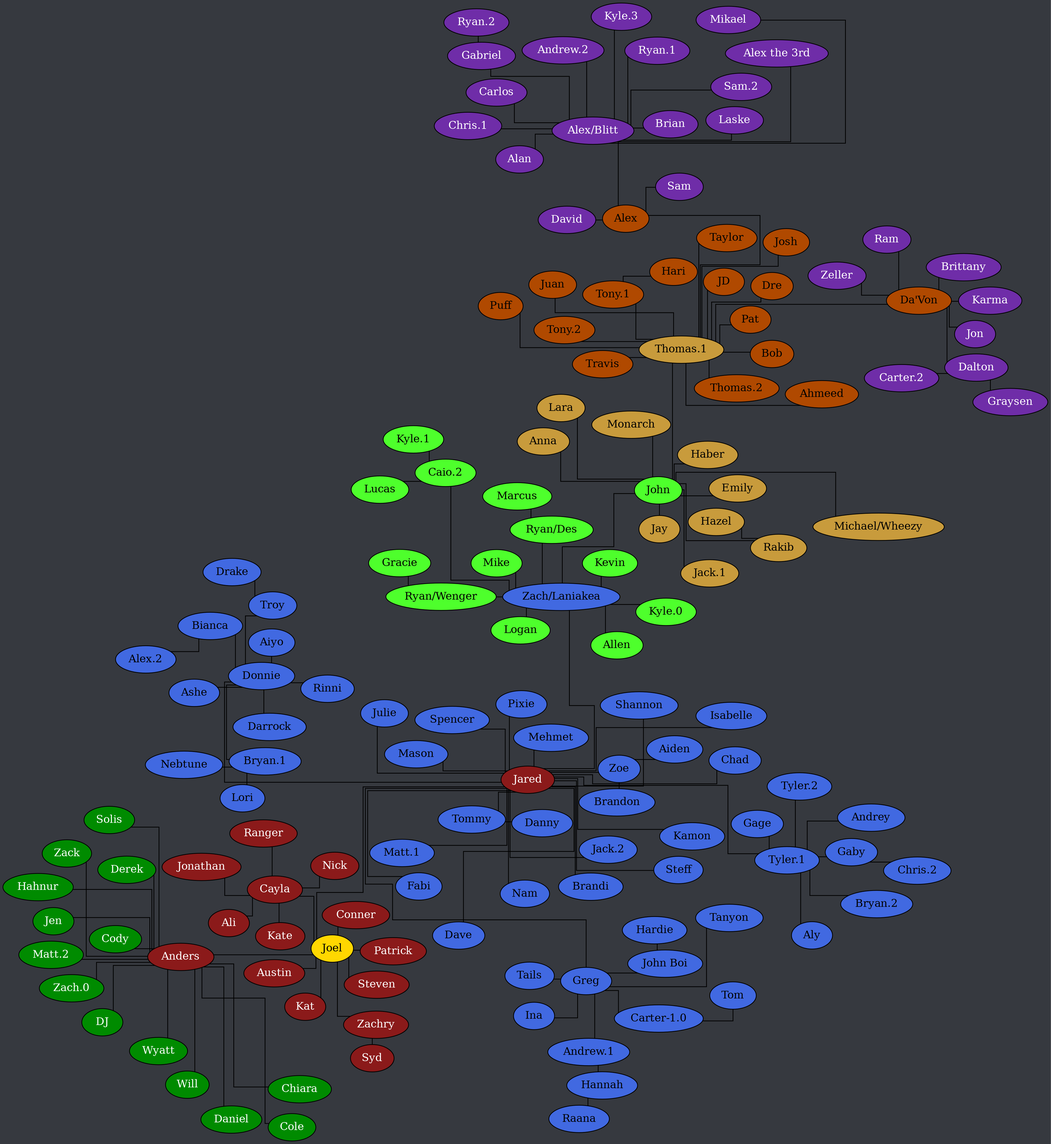
Documidas/CoronaCatzFamilyTree keeps this Graphviz diagram as tree.png. Above is the earlier version. Its source is kept beside it as tree.dot.
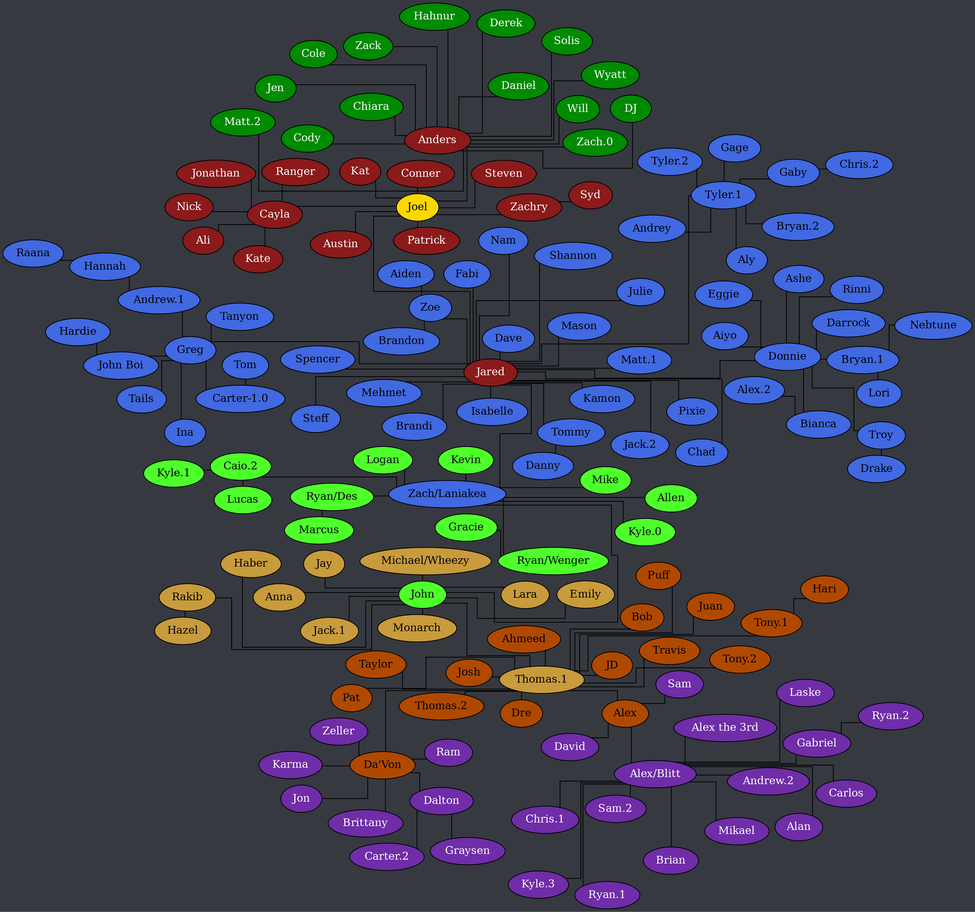
The same file after the commit.

Change to the diagram source:
```diff
@@ -64,6 +64,7 @@
 		Donnie -- Bianca;
 		Donnie -- "Bryan.1";
 		Donnie -- Darrock;
+		Donnie -- Eggie;
 		Donnie -- Rinni;
 		Donnie -- Troy;
 		Gaby -- "Chris.2";
```
